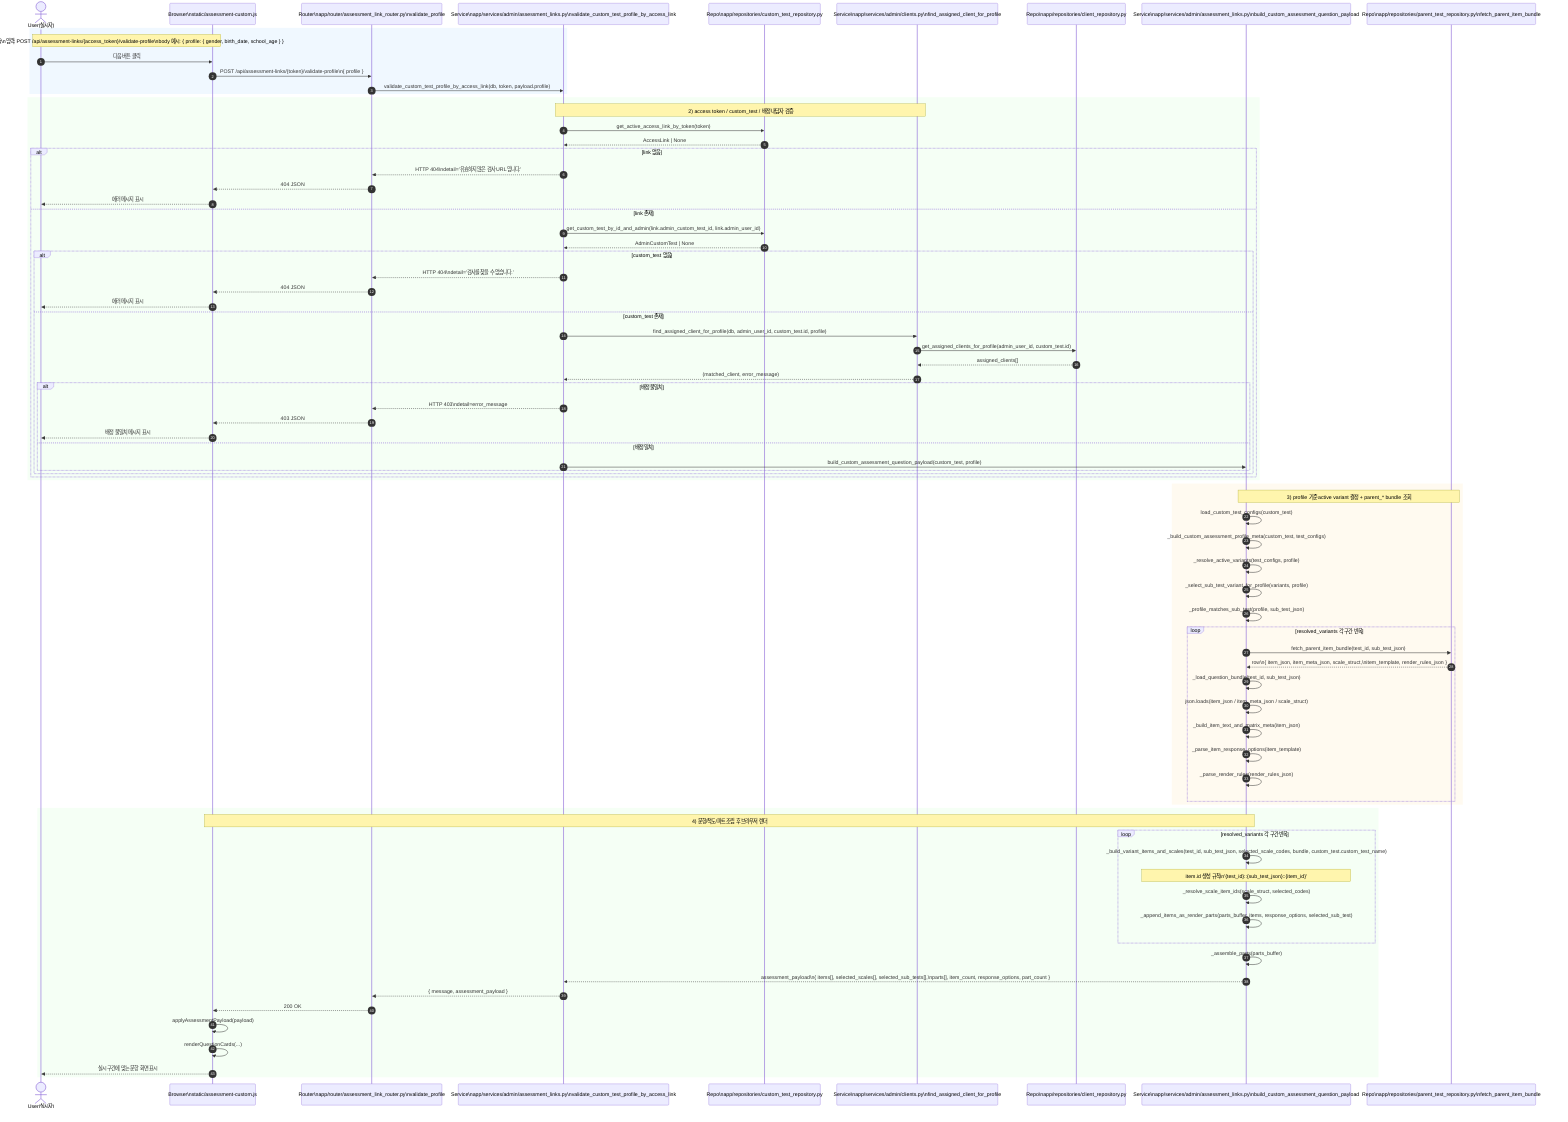
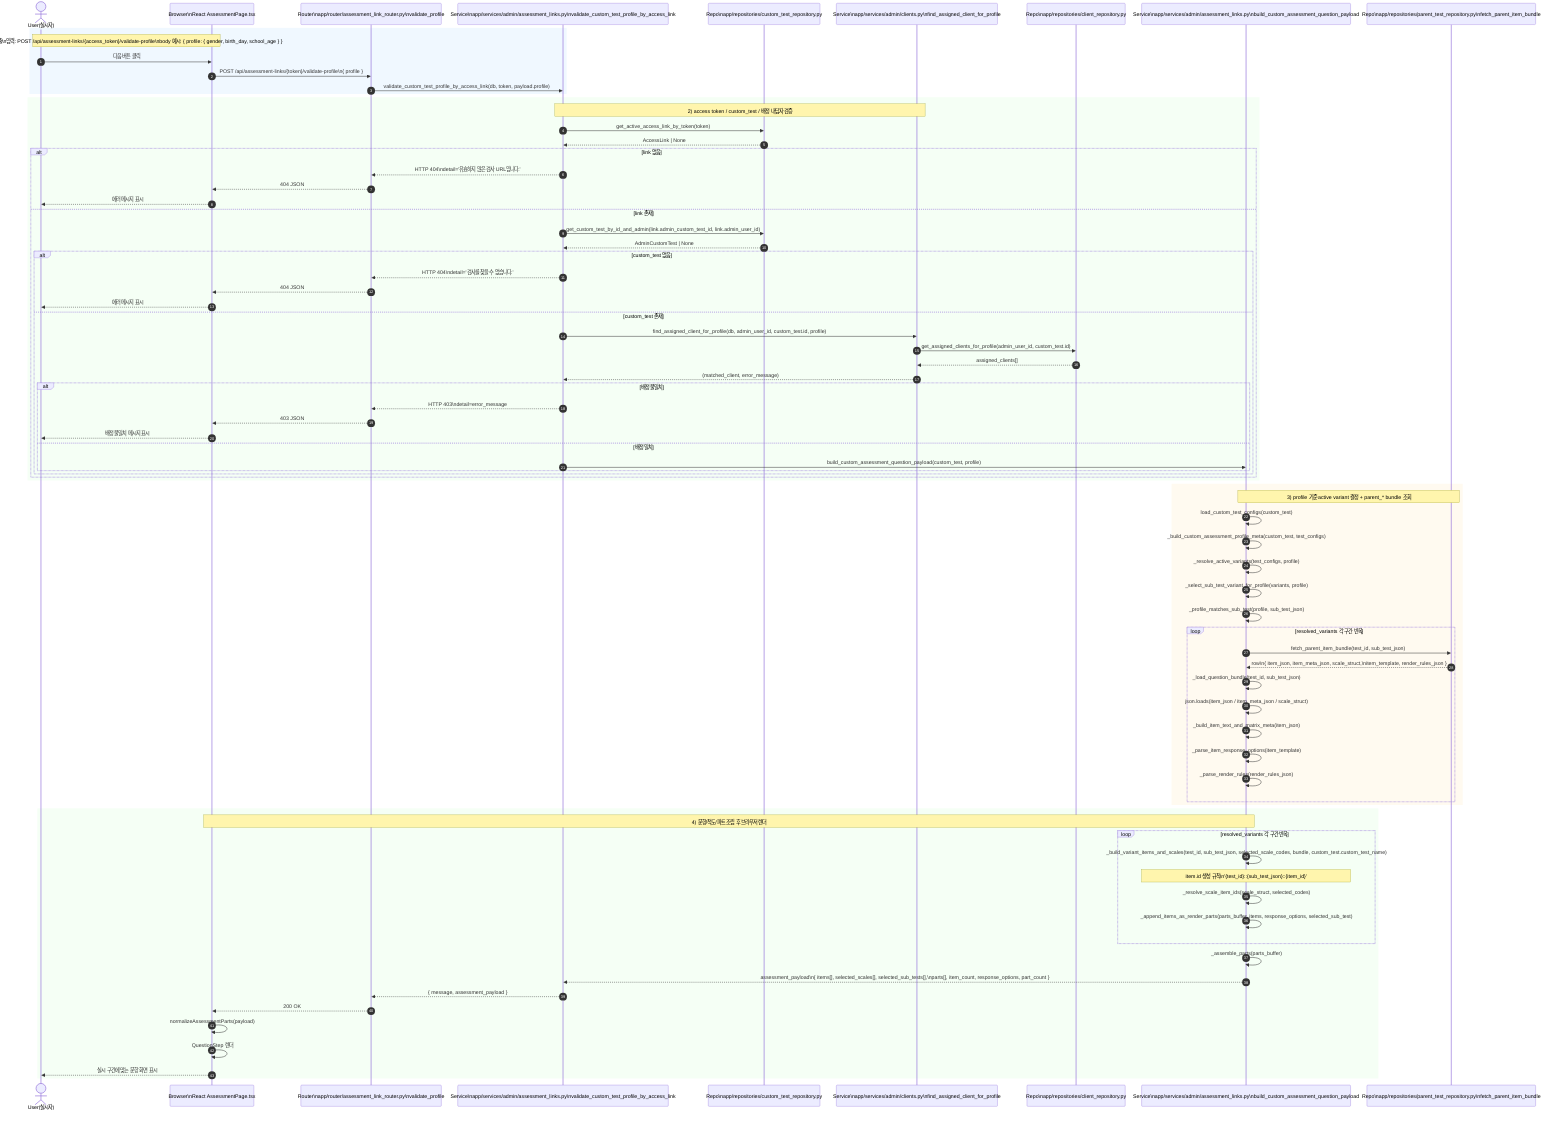
sequenceDiagram
    autonumber
    actor U as User(실시자)
-     participant B as Browser\nstatic/assessment-custom.js
+     participant B as Browser\nReact AssessmentPage.tsx
    participant R as Router\napp/router/assessment_link_router.py\nvalidate_profile
    participant S as Service\napp/services/admin/assessment_links.py\nvalidate_custom_test_profile_by_access_link
    participant CR as Repo\napp/repositories/custom_test_repository.py
    participant CL as Service\napp/services/admin/clients.py\nfind_assigned_client_for_profile
    participant CLR as Repo\napp/repositories/client_repository.py
    participant AL as Service\napp/services/admin/assessment_links.py\nbuild_custom_assessment_question_payload
    participant PR as Repo\napp/repositories/parent_test_repository.py\nfetch_parent_item_bundle

    rect rgb(240,248,255)
-     Note over U,B: 1) 인적사항 제출\n입력: POST /api/assessment-links/{access_token}/validate-profile\nbody 예시: { profile: { gender, birth_date, school_age } }
+     Note over U,B: 1) 인적사항 제출\n입력: POST /api/assessment-links/{access_token}/validate-profile\nbody 예시: { profile: { gender, birth_day, school_age } }
    U->>B: 다음 버튼 클릭
    B->>R: POST /api/assessment-links/{token}/validate-profile\n{ profile }
    R->>S: validate_custom_test_profile_by_access_link(db, token, payload.profile)
    end

    rect rgb(245,255,245)
    Note over S,CL: 2) access token / custom_test / 배정 내담자 검증
    S->>CR: get_active_access_link_by_token(token)
    CR-->>S: AccessLink | None
    alt link 없음
        S-->>R: HTTP 404\ndetail='유효하지 않은 검사 URL입니다.'
        R-->>B: 404 JSON
        B-->>U: 에러 메시지 표시
    else link 존재
        S->>CR: get_custom_test_by_id_and_admin(link.admin_custom_test_id, link.admin_user_id)
        CR-->>S: AdminCustomTest | None
        alt custom_test 없음
            S-->>R: HTTP 404\ndetail='검사를 찾을 수 없습니다.'
            R-->>B: 404 JSON
            B-->>U: 에러 메시지 표시
        else custom_test 존재
            S->>CL: find_assigned_client_for_profile(db, admin_user_id, custom_test.id, profile)
            CL->>CLR: get_assigned_clients_for_profile(admin_user_id, custom_test.id)
            CLR-->>CL: assigned_clients[]
            CL-->>S: (matched_client, error_message)
            alt 배정 불일치
                S-->>R: HTTP 403\ndetail=error_message
                R-->>B: 403 JSON
                B-->>U: 배정 불일치 메시지 표시
            else 배정 일치
                S->>AL: build_custom_assessment_question_payload(custom_test, profile)
            end
        end
    end
    end

    rect rgb(255,250,240)
    Note over AL,PR: 3) profile 기준 active variant 결정 + parent_* bundle 조회
    AL->>AL: load_custom_test_configs(custom_test)
    AL->>AL: _build_custom_assessment_profile_meta(custom_test, test_configs)
    AL->>AL: _resolve_active_variants(test_configs, profile)
    AL->>AL: _select_sub_test_variant_for_profile(variants, profile)
    AL->>AL: _profile_matches_sub_test(profile, sub_test_json)
    loop resolved_variants 각 구간 반복
        AL->>PR: fetch_parent_item_bundle(test_id, sub_test_json)
        PR-->>AL: row\n{ item_json, item_meta_json, scale_struct,\nitem_template, render_rules_json }
        AL->>AL: _load_question_bundle(test_id, sub_test_json)
        AL->>AL: json.loads(item_json / item_meta_json / scale_struct)
        AL->>AL: _build_item_text_and_matrix_meta(item_json)
        AL->>AL: _parse_item_response_options(item_template)
        AL->>AL: _parse_render_rules(render_rules_json)
    end
    end

    rect rgb(245,255,245)
    Note over AL,B: 4) 문항/척도/파트 조립 후 브라우저 렌더
    loop resolved_variants 각 구간 반복
        AL->>AL: _build_variant_items_and_scales(test_id, sub_test_json, selected_scale_codes, bundle, custom_test.custom_test_name)
        Note over AL: item.id 생성 규칙\n'{test_id}::{sub_test_json}::{item_id}'
        AL->>AL: _resolve_scale_item_ids(scale_struct, selected_codes)
        AL->>AL: _append_items_as_render_parts(parts_buffer, items, response_options, selected_sub_test)
    end
    AL->>AL: _assemble_parts(parts_buffer)
    AL-->>S: assessment_payload\n{ items[], selected_scales[], selected_sub_tests[],\nparts[], item_count, response_options, part_count }
    S-->>R: { message, assessment_payload }
    R-->>B: 200 OK
-     B->>B: applyAssessmentPayload(payload)
-     B->>B: renderQuestionCards(...)
+     B->>B: normalizeAssessmentParts(payload)
+     B->>B: QuestionStep 렌더
    B-->>U: 실시 구간에 맞는 문항 화면 표시
    end
